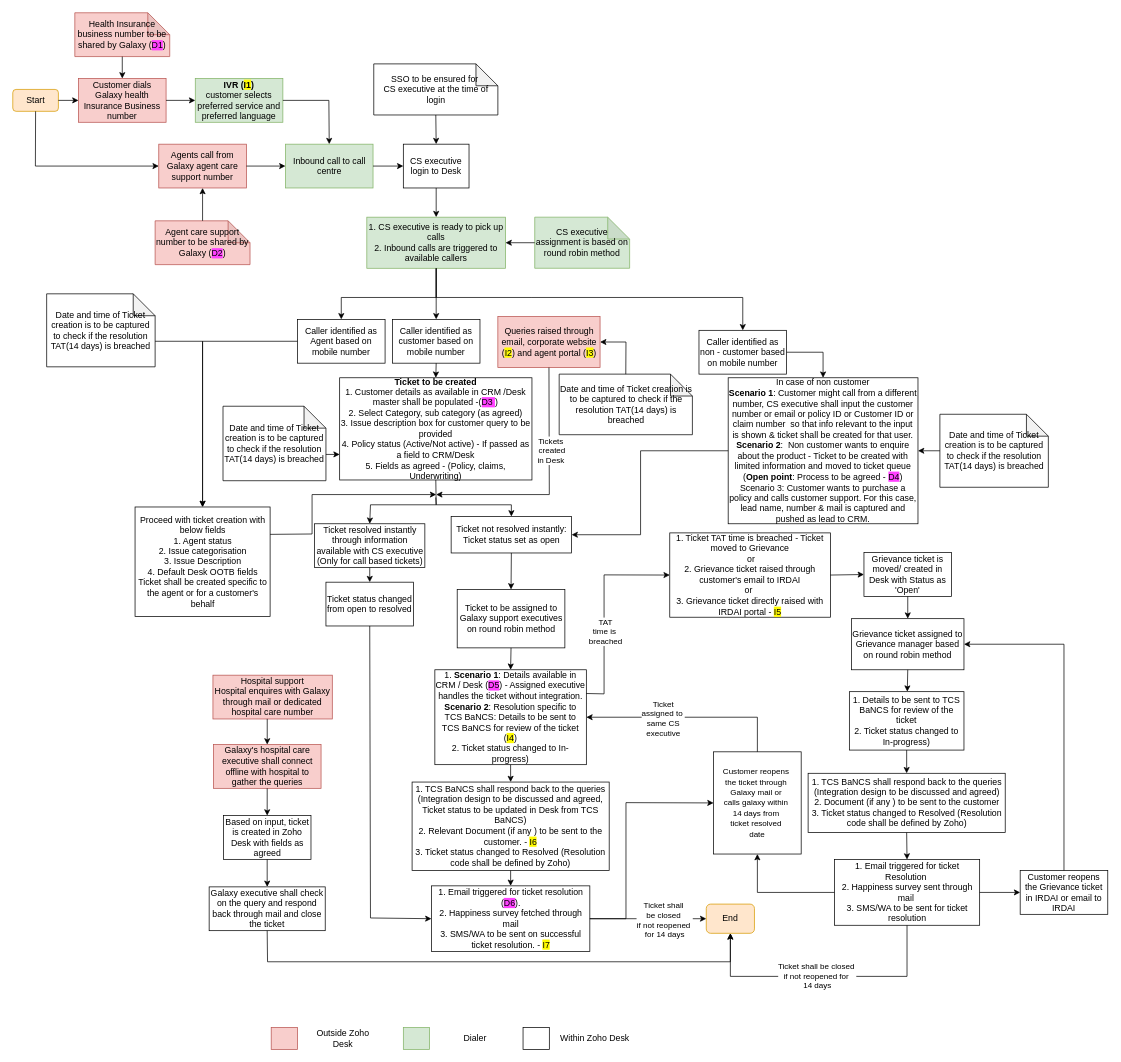
shaileshsreedar/Galaxy keeps this draw.io diagram as Customer Support.drawio. Above is the earlier version. Source tidied: cells renumbered, new cells numbered last; positions are measured from the earlier drawing's top-left corner, leaving out a move shared by most shapes. Both pictures are drawn from the tidied source at 73%, with x=0, y=0 at pixel (12, 12).
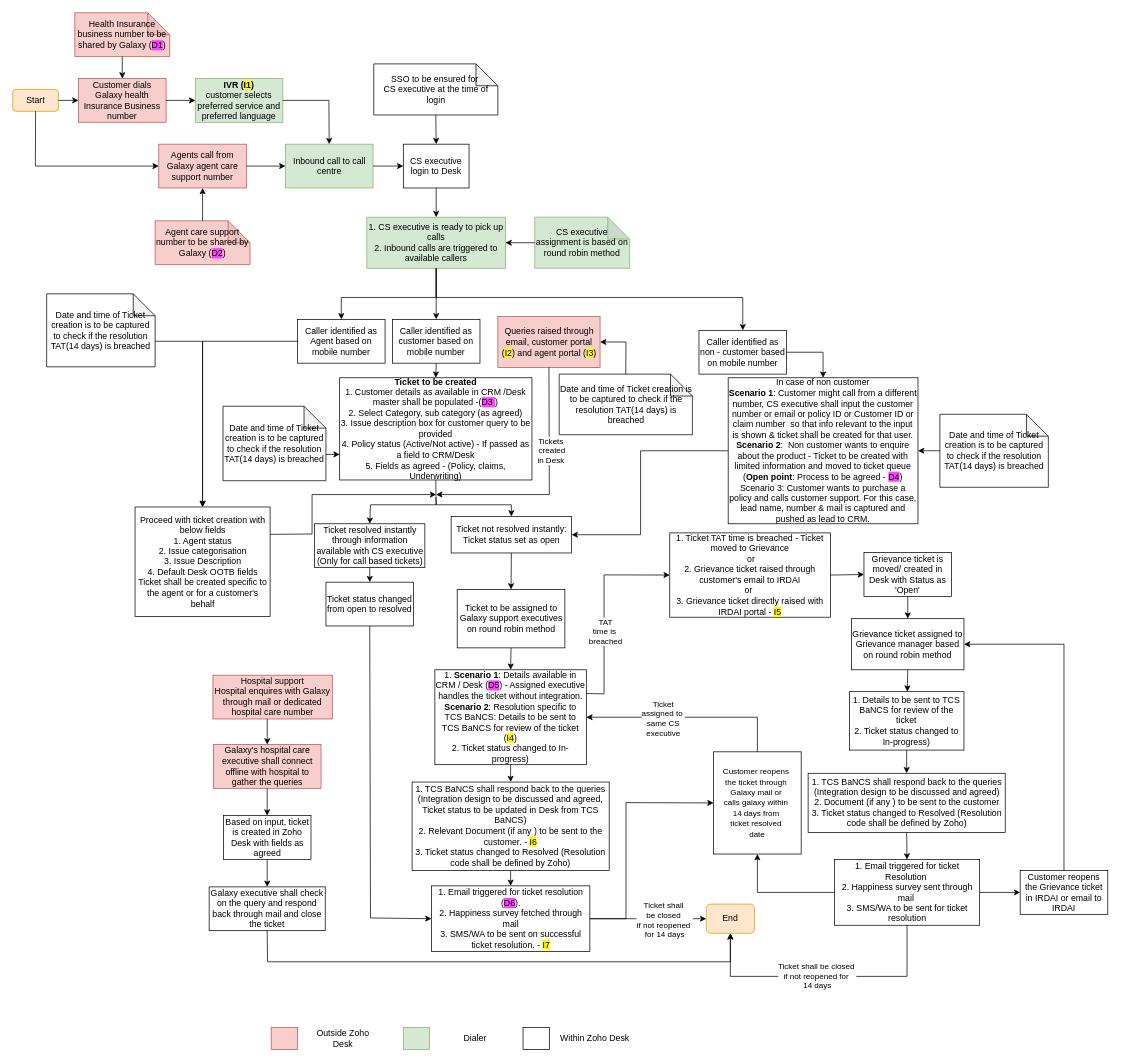
The same diagram, later.

The edit, as a diff of the source:
```diff
@@
-    <mxCell id="36" value="Queries raised through email, corporate website (&lt;span style=&quot;background-color: rgb(255, 251, 0);&quot;&gt;I2&lt;/span&gt;) and agent portal (&lt;span style=&quot;background-color: rgb(255, 251, 0);&quot;&gt;I3&lt;/span&gt;)" style="rounded=0;whiteSpace=wrap;html=1;fillColor=#f8cecc;strokeColor=#b85450;" parent="1" vertex="1">
+    <mxCell id="36" value="Queries raised through email, customer portal (&lt;span style=&quot;background-color: rgb(255, 251, 0);&quot;&gt;I2&lt;/span&gt;) and agent portal (&lt;span style=&quot;background-color: rgb(255, 251, 0);&quot;&gt;I3&lt;/span&gt;)" style="rounded=0;whiteSpace=wrap;html=1;fillColor=#f8cecc;strokeColor=#b85450;" parent="1" vertex="1">
       <mxGeometry x="664.5" y="416" width="140" height="70" as="geometry" />
     </mxCell>
```
